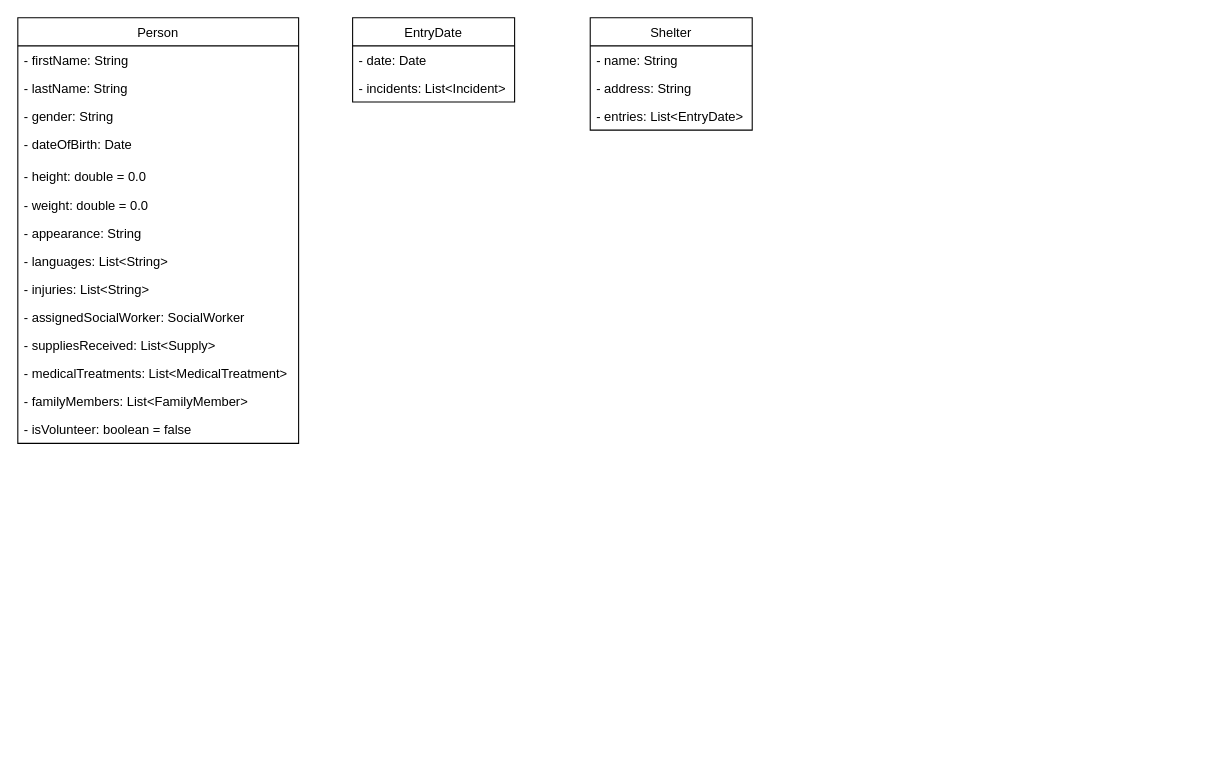
The draw.io diagram uml.drawio in jessicasanjuan/ENSF380-19, before the edit. Source tidied: cells renumbered, new cells numbered last; positions are measured from the earlier drawing's top-left corner, leaving out a move shared by most shapes. Both pictures are drawn from the tidied source at 108%, with x=0, y=0 at pixel (17, 17).
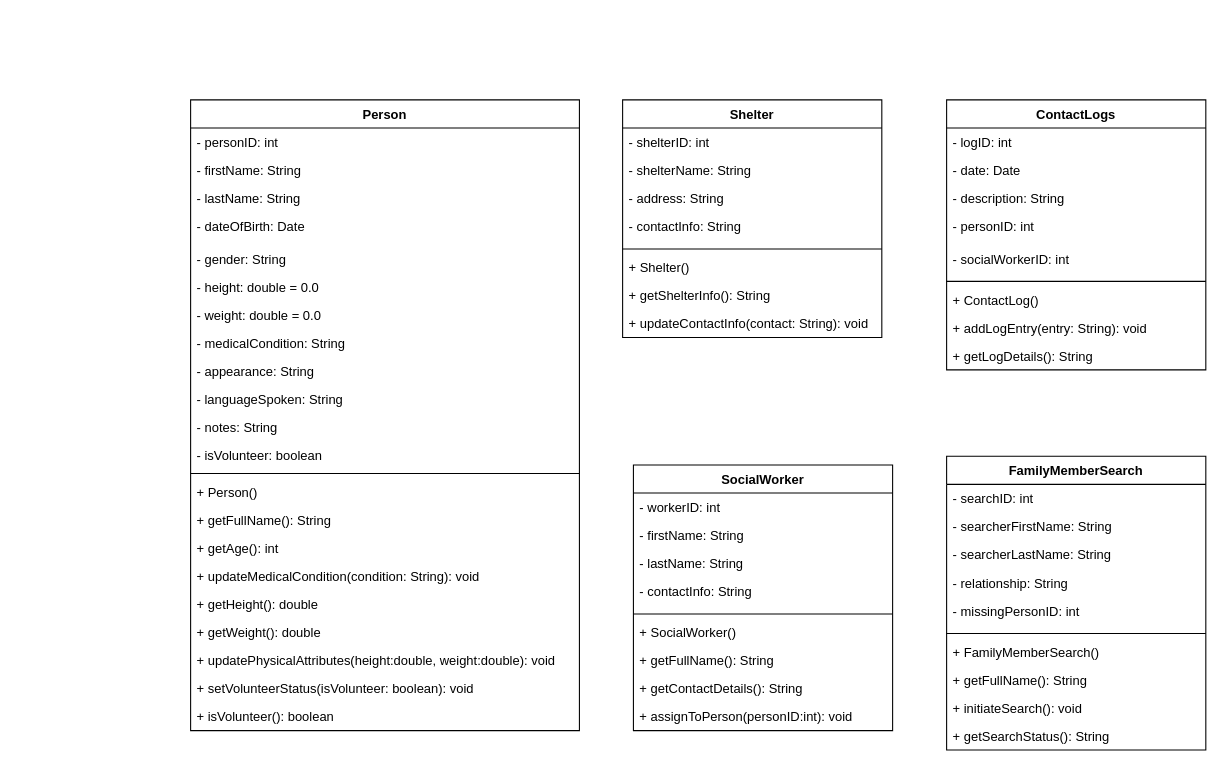
The same diagram, later.

Change to the diagram source:
```diff
@@
-    <mxCell id="2" value="Shelter" style="swimlane;fontStyle=0;horizontal=1;startSize=26;fillColor=none;" parent="1" vertex="1">
-      <mxGeometry x="530" width="150" height="104" as="geometry" />
-    </mxCell>
-    <mxCell id="3" value="- name: String" style="text;strokeColor=none;fillColor=none;align=left;verticalAlign=top;spacingLeft=4;spacingRight=4;overflow=hidden;" parent="2" vertex="1">
-      <mxGeometry y="26" width="150" height="26" as="geometry" />
-    </mxCell>
-    <mxCell id="4" value="- address: String" style="text;strokeColor=none;fillColor=none;align=left;verticalAlign=top;spacingLeft=4;spacingRight=4;overflow=hidden;" parent="2" vertex="1">
-      <mxGeometry y="52" width="150" height="26" as="geometry" />
-    </mxCell>
-    <mxCell id="5" value="- entries: List&lt;EntryDate&gt;" style="text;strokeColor=none;fillColor=none;align=left;verticalAlign=top;spacingLeft=4;spacingRight=4;overflow=hidden;" parent="2" vertex="1">
-      <mxGeometry y="78" width="150" height="26" as="geometry" />
-    </mxCell>
-    <mxCell id="6" value="EntryDate" style="swimlane;fontStyle=0;horizontal=1;startSize=26;fillColor=none;" parent="1" vertex="1">
-      <mxGeometry x="310" width="150" height="78" as="geometry" />
-    </mxCell>
-    <mxCell id="7" value="- date: Date" style="text;strokeColor=none;fillColor=none;align=left;verticalAlign=top;spacingLeft=4;spacingRight=4;overflow=hidden;" parent="6" vertex="1">
-      <mxGeometry y="26" width="150" height="26" as="geometry" />
-    </mxCell>
-    <mxCell id="8" value="- incidents: List&lt;Incident&gt;" style="text;strokeColor=none;fillColor=none;align=left;verticalAlign=top;spacingLeft=4;spacingRight=4;overflow=hidden;" parent="6" vertex="1">
-      <mxGeometry y="52" width="150" height="26" as="geometry" />
-    </mxCell>
-    <mxCell id="9" value="Person" style="swimlane;fontStyle=0;horizontal=1;startSize=26;fillColor=none;" parent="1" vertex="1">
-      <mxGeometry width="260" height="394" as="geometry" />
+    <mxCell id="9" value="Person" style="swimlane;fontStyle=1;align=center;verticalAlign=top;horizontal=1;startSize=26;" parent="1" vertex="1">
+      <mxGeometry x="160" y="76" width="360" height="584" as="geometry" />
     </mxCell>
-    <mxCell id="10" value="- firstName: String" style="text;strokeColor=none;fillColor=none;align=left;verticalAlign=top;spacingLeft=4;spacingRight=4;overflow=hidden;" parent="9" vertex="1">
-      <mxGeometry y="26" width="260" height="26" as="geometry" />
+    <mxCell id="10" value="- personID: int" style="text;strokeColor=none;fillColor=none;align=left;verticalAlign=top;spacingLeft=4;spacingRight=4;overflow=hidden;" parent="9" vertex="1">
+      <mxGeometry y="26" width="360" height="26" as="geometry" />
     </mxCell>
+    <mxCell id="24" value="- firstName: String" style="text;strokeColor=none;fillColor=none;align=left;verticalAlign=top;spacingLeft=4;spacingRight=4;overflow=hidden;" parent="9" vertex="1">
+      <mxGeometry y="52" width="360" height="26" as="geometry" />
+    </mxCell>
     <mxCell id="11" value="- lastName: String" style="text;strokeColor=none;fillColor=none;align=left;verticalAlign=top;spacingLeft=4;spacingRight=4;overflow=hidden;" parent="9" vertex="1">
-      <mxGeometry y="52" width="260" height="26" as="geometry" />
+      <mxGeometry y="78" width="360" height="26" as="geometry" />
     </mxCell>
+    <mxCell id="13" value="- dateOfBirth: Date" style="text;strokeColor=none;fillColor=none;align=left;verticalAlign=top;spacingLeft=4;spacingRight=4;overflow=hidden;" parent="9" vertex="1">
+      <mxGeometry y="104" width="360" height="30" as="geometry" />
+    </mxCell>
     <mxCell id="12" value="- gender: String" style="text;strokeColor=none;fillColor=none;align=left;verticalAlign=top;spacingLeft=4;spacingRight=4;overflow=hidden;" parent="9" vertex="1">
-      <mxGeometry y="78" width="260" height="26" as="geometry" />
+      <mxGeometry y="134" width="360" height="26" as="geometry" />
     </mxCell>
-    <mxCell id="13" value="- dateOfBirth: Date" style="text;strokeColor=none;fillColor=none;align=left;verticalAlign=top;spacingLeft=4;spacingRight=4;overflow=hidden;" parent="9" vertex="1">
-      <mxGeometry y="104" width="260" height="30" as="geometry" />
-    </mxCell>
     <mxCell id="14" value="- height: double = 0.0&#10;" style="text;strokeColor=none;fillColor=none;align=left;verticalAlign=top;spacingLeft=4;spacingRight=4;overflow=hidden;" parent="9" vertex="1">
-      <mxGeometry y="134" width="260" height="26" as="geometry" />
+      <mxGeometry y="160" width="360" height="26" as="geometry" />
     </mxCell>
     <mxCell id="15" value="- weight: double = 0.0" style="text;strokeColor=none;fillColor=none;align=left;verticalAlign=top;spacingLeft=4;spacingRight=4;overflow=hidden;" parent="9" vertex="1">
-      <mxGeometry y="160" width="260" height="26" as="geometry" />
+      <mxGeometry y="186" width="360" height="26" as="geometry" />
     </mxCell>
+    <mxCell id="21" value="- medicalCondition: String" style="text;strokeColor=none;fillColor=none;align=left;verticalAlign=top;spacingLeft=4;spacingRight=4;overflow=hidden;" parent="9" vertex="1">
+      <mxGeometry y="212" width="360" height="26" as="geometry" />
+    </mxCell>
     <mxCell id="16" value="- appearance: String" style="text;strokeColor=none;fillColor=none;align=left;verticalAlign=top;spacingLeft=4;spacingRight=4;overflow=hidden;" parent="9" vertex="1">
-      <mxGeometry y="186" width="260" height="26" as="geometry" />
+      <mxGeometry y="238" width="360" height="26" as="geometry" />
     </mxCell>
-    <mxCell id="17" value="- languages: List&lt;String&gt;" style="text;strokeColor=none;fillColor=none;align=left;verticalAlign=top;spacingLeft=4;spacingRight=4;overflow=hidden;" parent="9" vertex="1">
-      <mxGeometry y="212" width="260" height="26" as="geometry" />
+    <mxCell id="17" value="- languageSpoken: String" style="text;strokeColor=none;fillColor=none;align=left;verticalAlign=top;spacingLeft=4;spacingRight=4;overflow=hidden;" parent="9" vertex="1">
+      <mxGeometry y="264" width="360" height="26" as="geometry" />
     </mxCell>
-    <mxCell id="18" value="- injuries: List&lt;String&gt; " style="text;strokeColor=none;fillColor=none;align=left;verticalAlign=top;spacingLeft=4;spacingRight=4;overflow=hidden;" parent="9" vertex="1">
-      <mxGeometry y="238" width="260" height="26" as="geometry" />
-    </mxCell>
-    <mxCell id="19" value="- assignedSocialWorker: SocialWorker" style="text;strokeColor=none;fillColor=none;align=left;verticalAlign=top;spacingLeft=4;spacingRight=4;overflow=hidden;" parent="9" vertex="1">
-      <mxGeometry y="264" width="260" height="26" as="geometry" />
-    </mxCell>
-    <mxCell id="20" value="- suppliesReceived: List&lt;Supply&gt;" style="text;strokeColor=none;fillColor=none;align=left;verticalAlign=top;spacingLeft=4;spacingRight=4;overflow=hidden;" parent="9" vertex="1">
-      <mxGeometry y="290" width="260" height="26" as="geometry" />
-    </mxCell>
-    <mxCell id="21" value="- medicalTreatments: List&lt;MedicalTreatment&gt;&#10;" style="text;strokeColor=none;fillColor=none;align=left;verticalAlign=top;spacingLeft=4;spacingRight=4;overflow=hidden;" parent="9" vertex="1">
-      <mxGeometry y="316" width="260" height="26" as="geometry" />
-    </mxCell>
-    <mxCell id="22" value="- familyMembers: List&lt;FamilyMember&gt;" style="text;strokeColor=none;fillColor=none;align=left;verticalAlign=top;spacingLeft=4;spacingRight=4;overflow=hidden;" parent="9" vertex="1">
-      <mxGeometry y="342" width="260" height="26" as="geometry" />
-    </mxCell>
+    <mxCell id="25" value="- notes: String" style="text;strokeColor=none;fillColor=none;align=left;verticalAlign=top;spacingLeft=4;spacingRight=4;overflow=hidden;" parent="9" vertex="1">
+      <mxGeometry y="290" width="360" height="26" as="geometry" />
+    </mxCell>
-    <mxCell id="23" value="- isVolunteer: boolean = false" style="text;strokeColor=none;fillColor=none;align=left;verticalAlign=top;spacingLeft=4;spacingRight=4;overflow=hidden;" parent="9" vertex="1">
-      <mxGeometry y="368" width="260" height="26" as="geometry" />
+    <mxCell id="23" value="- isVolunteer: boolean" style="text;strokeColor=none;fillColor=none;align=left;verticalAlign=top;spacingLeft=4;spacingRight=4;overflow=hidden;" parent="9" vertex="1">
+      <mxGeometry y="316" width="360" height="26" as="geometry" />
     </mxCell>
+    <mxCell id="26" style="line;strokeWidth=1;fillColor=none;align=left;verticalAlign=middle;spacingTop=-1;spacingLeft=3;spacingRight=3;labelPosition=right;strokeColor=inherit;" parent="9" vertex="1">
+      <mxGeometry y="342" width="360" height="8" as="geometry" />
+    </mxCell>
+    <mxCell id="27" value="+ Person()" style="text;strokeColor=none;fillColor=none;align=left;verticalAlign=top;spacingLeft=4;spacingRight=4;overflow=hidden;" parent="9" vertex="1">
+      <mxGeometry y="350" width="360" height="26" as="geometry" />
+    </mxCell>
+    <mxCell id="28" value="+ getFullName(): String" style="text;strokeColor=none;fillColor=none;align=left;verticalAlign=top;spacingLeft=4;spacingRight=4;overflow=hidden;" parent="9" vertex="1">
+      <mxGeometry y="376" width="360" height="26" as="geometry" />
+    </mxCell>
+    <mxCell id="29" value="+ getAge(): int" style="text;strokeColor=none;fillColor=none;align=left;verticalAlign=top;spacingLeft=4;spacingRight=4;overflow=hidden;" parent="9" vertex="1">
+      <mxGeometry y="402" width="360" height="26" as="geometry" />
+    </mxCell>
+    <mxCell id="30" value="+ updateMedicalCondition(condition: String): void" style="text;strokeColor=none;fillColor=none;align=left;verticalAlign=top;spacingLeft=4;spacingRight=4;overflow=hidden;" parent="9" vertex="1">
+      <mxGeometry y="428" width="360" height="26" as="geometry" />
+    </mxCell>
+    <mxCell id="31" value="+ getHeight(): double" style="text;strokeColor=none;fillColor=none;align=left;verticalAlign=top;spacingLeft=4;spacingRight=4;overflow=hidden;" parent="9" vertex="1">
+      <mxGeometry y="454" width="360" height="26" as="geometry" />
+    </mxCell>
+    <mxCell id="32" value="+ getWeight(): double" style="text;strokeColor=none;fillColor=none;align=left;verticalAlign=top;spacingLeft=4;spacingRight=4;overflow=hidden;" parent="9" vertex="1">
+      <mxGeometry y="480" width="360" height="26" as="geometry" />
+    </mxCell>
+    <mxCell id="33" value="+ updatePhysicalAttributes(height:double, weight:double): void" style="text;strokeColor=none;fillColor=none;align=left;verticalAlign=top;spacingLeft=4;spacingRight=4;overflow=hidden;" parent="9" vertex="1">
+      <mxGeometry y="506" width="360" height="26" as="geometry" />
+    </mxCell>
+    <mxCell id="34" value="+ setVolunteerStatus(isVolunteer: boolean): void" style="text;strokeColor=none;fillColor=none;align=left;verticalAlign=top;spacingLeft=4;spacingRight=4;overflow=hidden;" parent="9" vertex="1">
+      <mxGeometry y="532" width="360" height="26" as="geometry" />
+    </mxCell>
+    <mxCell id="35" value="+ isVolunteer(): boolean" style="text;strokeColor=none;fillColor=none;align=left;verticalAlign=top;spacingLeft=4;spacingRight=4;overflow=hidden;" parent="9" vertex="1">
+      <mxGeometry y="558" width="360" height="26" as="geometry" />
+    </mxCell>
+    <mxCell id="2" value="Shelter" style="swimlane;fontStyle=1;align=center;verticalAlign=top;horizontal=1;startSize=26;" parent="1" vertex="1">
+      <mxGeometry x="560" y="76" width="240" height="220" as="geometry" />
+    </mxCell>
+    <mxCell id="36" value="- shelterID: int" style="text;strokeColor=none;fillColor=none;align=left;verticalAlign=top;spacingLeft=4;spacingRight=4;overflow=hidden;" parent="2" vertex="1">
+      <mxGeometry y="26" width="240" height="26" as="geometry" />
+    </mxCell>
+    <mxCell id="37" value="- shelterName: String" style="text;strokeColor=none;fillColor=none;align=left;verticalAlign=top;spacingLeft=4;spacingRight=4;overflow=hidden;" parent="2" vertex="1">
+      <mxGeometry y="52" width="240" height="26" as="geometry" />
+    </mxCell>
+    <mxCell id="4" value="- address: String" style="text;strokeColor=none;fillColor=none;align=left;verticalAlign=top;spacingLeft=4;spacingRight=4;overflow=hidden;" parent="2" vertex="1">
+      <mxGeometry y="78" width="240" height="26" as="geometry" />
+    </mxCell>
+    <mxCell id="38" value="- contactInfo: String" style="text;strokeColor=none;fillColor=none;align=left;verticalAlign=top;spacingLeft=4;spacingRight=4;overflow=hidden;" parent="2" vertex="1">
+      <mxGeometry y="104" width="240" height="30" as="geometry" />
+    </mxCell>
+    <mxCell id="39" style="line;strokeWidth=1;fillColor=none;align=left;verticalAlign=middle;spacingTop=-1;spacingLeft=3;spacingRight=3;labelPosition=right;strokeColor=inherit;" parent="2" vertex="1">
+      <mxGeometry y="134" width="240" height="8" as="geometry" />
+    </mxCell>
+    <mxCell id="40" value="+ Shelter()" style="text;strokeColor=none;fillColor=none;align=left;verticalAlign=top;spacingLeft=4;spacingRight=4;overflow=hidden;" parent="2" vertex="1">
+      <mxGeometry y="142" width="240" height="26" as="geometry" />
+    </mxCell>
+    <mxCell id="41" value="+ getShelterInfo(): String" style="text;strokeColor=none;fillColor=none;align=left;verticalAlign=top;spacingLeft=4;spacingRight=4;overflow=hidden;" parent="2" vertex="1">
+      <mxGeometry y="168" width="240" height="26" as="geometry" />
+    </mxCell>
+    <mxCell id="42" value="+ updateContactInfo(contact: String): void" style="text;strokeColor=none;fillColor=none;align=left;verticalAlign=top;spacingLeft=4;spacingRight=4;overflow=hidden;" parent="2" vertex="1">
+      <mxGeometry y="194" width="240" height="26" as="geometry" />
+    </mxCell>
+    <mxCell id="43" value="ContactLogs" style="swimlane;fontStyle=1;align=center;verticalAlign=top;horizontal=1;startSize=26;" parent="1" vertex="1">
+      <mxGeometry x="860" y="76" width="240" height="250" as="geometry" />
+    </mxCell>
+    <mxCell id="44" value="- logID: int" style="text;strokeColor=none;fillColor=none;align=left;verticalAlign=top;spacingLeft=4;spacingRight=4;overflow=hidden;" parent="43" vertex="1">
+      <mxGeometry y="26" width="240" height="26" as="geometry" />
+    </mxCell>
+    <mxCell id="7" value="- date: Date" style="text;strokeColor=none;fillColor=none;align=left;verticalAlign=top;spacingLeft=4;spacingRight=4;overflow=hidden;" parent="43" vertex="1">
+      <mxGeometry y="52" width="240" height="26" as="geometry" />
+    </mxCell>
+    <mxCell id="45" value="- description: String" style="text;strokeColor=none;fillColor=none;align=left;verticalAlign=top;spacingLeft=4;spacingRight=4;overflow=hidden;" parent="43" vertex="1">
+      <mxGeometry y="78" width="240" height="26" as="geometry" />
+    </mxCell>
+    <mxCell id="46" value="- personID: int" style="text;strokeColor=none;fillColor=none;align=left;verticalAlign=top;spacingLeft=4;spacingRight=4;overflow=hidden;" parent="43" vertex="1">
+      <mxGeometry y="104" width="240" height="30" as="geometry" />
+    </mxCell>
+    <mxCell id="47" value="- socialWorkerID: int" style="text;strokeColor=none;fillColor=none;align=left;verticalAlign=top;spacingLeft=4;spacingRight=4;overflow=hidden;" parent="43" vertex="1">
+      <mxGeometry y="134" width="240" height="30" as="geometry" />
+    </mxCell>
+    <mxCell id="48" style="line;strokeWidth=1;fillColor=none;align=left;verticalAlign=middle;spacingTop=-1;spacingLeft=3;spacingRight=3;labelPosition=right;strokeColor=inherit;" parent="43" vertex="1">
+      <mxGeometry y="164" width="240" height="8" as="geometry" />
+    </mxCell>
+    <mxCell id="49" value="+ ContactLog()" style="text;strokeColor=none;fillColor=none;align=left;verticalAlign=top;spacingLeft=4;spacingRight=4;overflow=hidden;" parent="43" vertex="1">
+      <mxGeometry y="172" width="240" height="26" as="geometry" />
+    </mxCell>
+    <mxCell id="50" value="+ addLogEntry(entry: String): void" style="text;strokeColor=none;fillColor=none;align=left;verticalAlign=top;spacingLeft=4;spacingRight=4;overflow=hidden;" parent="43" vertex="1">
+      <mxGeometry y="198" width="240" height="26" as="geometry" />
+    </mxCell>
+    <mxCell id="51" value="+ getLogDetails(): String" style="text;strokeColor=none;fillColor=none;align=left;verticalAlign=top;spacingLeft=4;spacingRight=4;overflow=hidden;" parent="43" vertex="1">
+      <mxGeometry y="224" width="240" height="26" as="geometry" />
+    </mxCell>
+    <mxCell id="52" value="SocialWorker" style="swimlane;fontStyle=1;align=center;verticalAlign=top;horizontal=1;startSize=26;" parent="1" vertex="1">
+      <mxGeometry x="570" y="414" width="240" height="246" as="geometry" />
+    </mxCell>
+    <mxCell id="53" value="- workerID: int" style="text;strokeColor=none;fillColor=none;align=left;verticalAlign=top;spacingLeft=4;spacingRight=4;overflow=hidden;" parent="52" vertex="1">
+      <mxGeometry y="26" width="240" height="26" as="geometry" />
+    </mxCell>
+    <mxCell id="54" value="- firstName: String" style="text;strokeColor=none;fillColor=none;align=left;verticalAlign=top;spacingLeft=4;spacingRight=4;overflow=hidden;" parent="52" vertex="1">
+      <mxGeometry y="52" width="240" height="26" as="geometry" />
+    </mxCell>
+    <mxCell id="55" value="- lastName: String" style="text;strokeColor=none;fillColor=none;align=left;verticalAlign=top;spacingLeft=4;spacingRight=4;overflow=hidden;" parent="52" vertex="1">
+      <mxGeometry y="78" width="240" height="26" as="geometry" />
+    </mxCell>
+    <mxCell id="56" value="- contactInfo: String" style="text;strokeColor=none;fillColor=none;align=left;verticalAlign=top;spacingLeft=4;spacingRight=4;overflow=hidden;" parent="52" vertex="1">
+      <mxGeometry y="104" width="240" height="30" as="geometry" />
+    </mxCell>
+    <mxCell id="57" style="line;strokeWidth=1;fillColor=none;align=left;verticalAlign=middle;spacingTop=-1;spacingLeft=3;spacingRight=3;labelPosition=right;strokeColor=inherit;" parent="52" vertex="1">
+      <mxGeometry y="134" width="240" height="8" as="geometry" />
+    </mxCell>
+    <mxCell id="58" value="+ SocialWorker()" style="text;strokeColor=none;fillColor=none;align=left;verticalAlign=top;spacingLeft=4;spacingRight=4;overflow=hidden;" parent="52" vertex="1">
+      <mxGeometry y="142" width="240" height="26" as="geometry" />
+    </mxCell>
+    <mxCell id="59" value="+ getFullName(): String" style="text;strokeColor=none;fillColor=none;align=left;verticalAlign=top;spacingLeft=4;spacingRight=4;overflow=hidden;" parent="52" vertex="1">
+      <mxGeometry y="168" width="240" height="26" as="geometry" />
+    </mxCell>
+    <mxCell id="60" value="+ getContactDetails(): String" style="text;strokeColor=none;fillColor=none;align=left;verticalAlign=top;spacingLeft=4;spacingRight=4;overflow=hidden;" parent="52" vertex="1">
+      <mxGeometry y="194" width="240" height="26" as="geometry" />
+    </mxCell>
+    <mxCell id="61" value="+ assignToPerson(personID:int): void" style="text;strokeColor=none;fillColor=none;align=left;verticalAlign=top;spacingLeft=4;spacingRight=4;overflow=hidden;" parent="52" vertex="1">
+      <mxGeometry y="220" width="240" height="26" as="geometry" />
+    </mxCell>
+    <mxCell id="62" value="FamilyMemberSearch" style="swimlane;fontStyle=1;align=center;verticalAlign=top;horizontal=1;startSize=26;" parent="1" vertex="1">
+      <mxGeometry x="860" y="406" width="240" height="272" as="geometry" />
+    </mxCell>
+    <mxCell id="63" value="- searchID: int" style="text;strokeColor=none;fillColor=none;align=left;verticalAlign=top;spacingLeft=4;spacingRight=4;overflow=hidden;" parent="62" vertex="1">
+      <mxGeometry y="26" width="240" height="26" as="geometry" />
+    </mxCell>
+    <mxCell id="64" value="- searcherFirstName: String" style="text;strokeColor=none;fillColor=none;align=left;verticalAlign=top;spacingLeft=4;spacingRight=4;overflow=hidden;" parent="62" vertex="1">
+      <mxGeometry y="52" width="240" height="26" as="geometry" />
+    </mxCell>
+    <mxCell id="65" value="- searcherLastName: String" style="text;strokeColor=none;fillColor=none;align=left;verticalAlign=top;spacingLeft=4;spacingRight=4;overflow=hidden;" parent="62" vertex="1">
+      <mxGeometry y="78" width="240" height="26" as="geometry" />
+    </mxCell>
+    <mxCell id="66" value="- relationship: String" style="text;strokeColor=none;fillColor=none;align=left;verticalAlign=top;spacingLeft=4;spacingRight=4;overflow=hidden;" parent="62" vertex="1">
+      <mxGeometry y="104" width="240" height="26" as="geometry" />
+    </mxCell>
+    <mxCell id="67" value="- missingPersonID: int" style="text;strokeColor=none;fillColor=none;align=left;verticalAlign=top;spacingLeft=4;spacingRight=4;overflow=hidden;" parent="62" vertex="1">
+      <mxGeometry y="130" width="240" height="30" as="geometry" />
+    </mxCell>
+    <mxCell id="68" style="line;strokeWidth=1;fillColor=none;align=left;verticalAlign=middle;spacingTop=-1;spacingLeft=3;spacingRight=3;labelPosition=right;strokeColor=inherit;" parent="62" vertex="1">
+      <mxGeometry y="160" width="240" height="8" as="geometry" />
+    </mxCell>
+    <mxCell id="69" value="+ FamilyMemberSearch()" style="text;strokeColor=none;fillColor=none;align=left;verticalAlign=top;spacingLeft=4;spacingRight=4;overflow=hidden;" parent="62" vertex="1">
+      <mxGeometry y="168" width="240" height="26" as="geometry" />
+    </mxCell>
+    <mxCell id="70" value="+ getFullName(): String" style="text;strokeColor=none;fillColor=none;align=left;verticalAlign=top;spacingLeft=4;spacingRight=4;overflow=hidden;" parent="62" vertex="1">
+      <mxGeometry y="194" width="240" height="26" as="geometry" />
+    </mxCell>
+    <mxCell id="71" value="+ initiateSearch(): void" style="text;strokeColor=none;fillColor=none;align=left;verticalAlign=top;spacingLeft=4;spacingRight=4;overflow=hidden;" parent="62" vertex="1">
+      <mxGeometry y="220" width="240" height="26" as="geometry" />
+    </mxCell>
+    <mxCell id="72" value="+ getSearchStatus(): String" style="text;strokeColor=none;fillColor=none;align=left;verticalAlign=top;spacingLeft=4;spacingRight=4;overflow=hidden;" parent="62" vertex="1">
+      <mxGeometry y="246" width="240" height="26" as="geometry" />
+    </mxCell>
```
